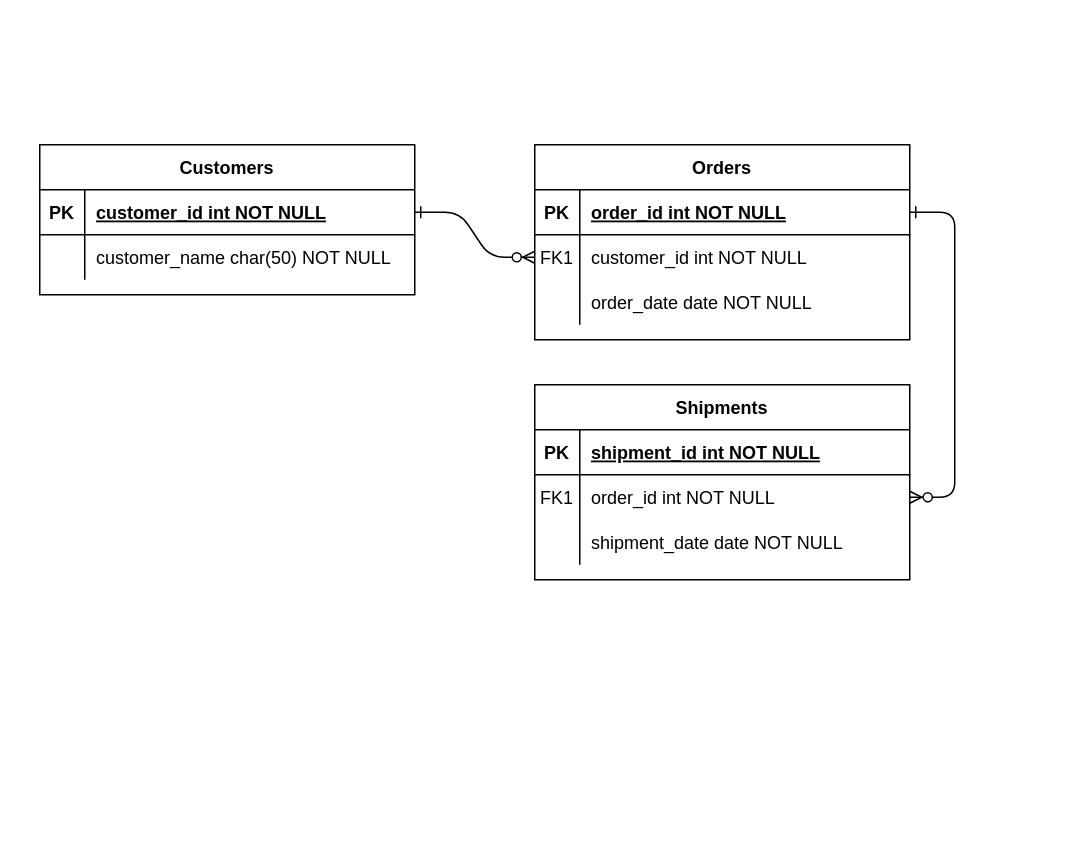
Before: Grocerystore_datamodel.drawio in HarshaVardhan547/instagram_datamodel, a draw.io diagram. Source tidied: cells renumbered, new cells numbered last; positions are measured from the earlier drawing's top-left corner, leaving out a move shared by most shapes. Both pictures are drawn from the tidied source at 150%, with x=0, y=0 at pixel (39, 144).
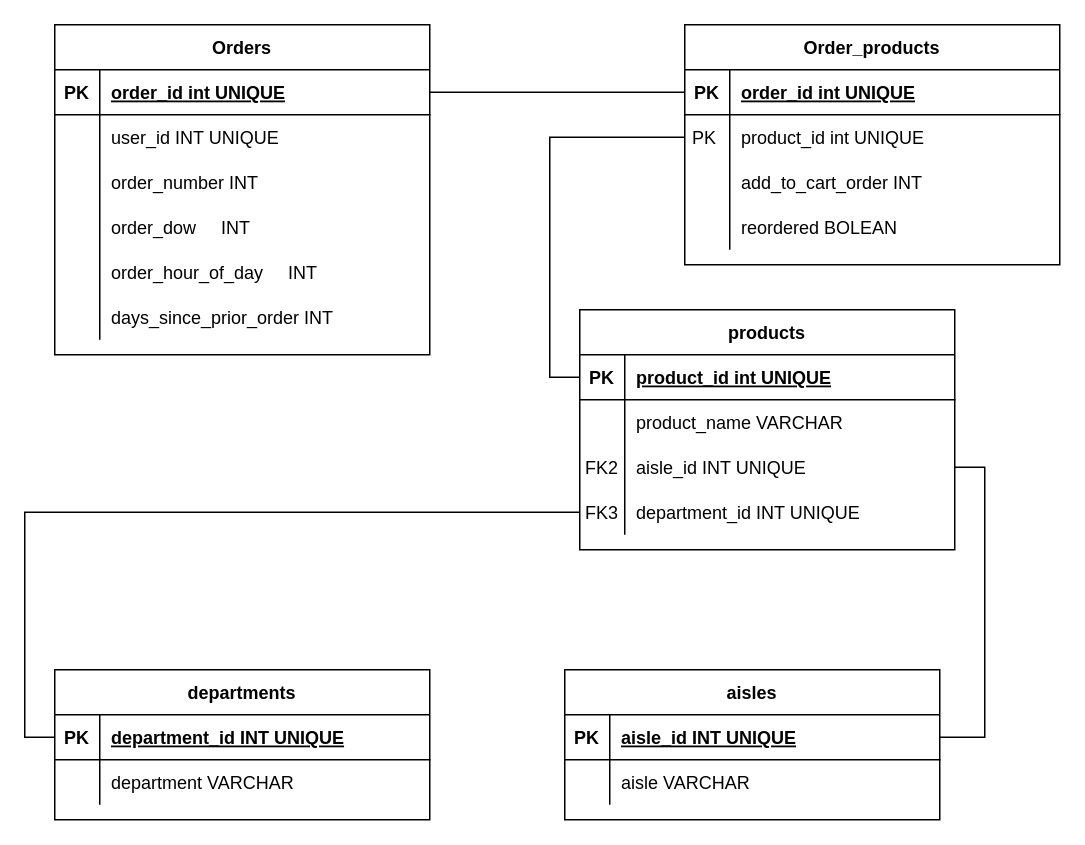
Above is the later version.

Unchanged cells that the change refers to:
```xml
<mxCell id="5" style="shape=partialRectangle;fillColor=none;points=[[0,0.5],[1,0.5]];portConstraint=eastwest;top=0;left=0;right=0;bottom=1;" parent="4" vertex="1">
  <mxGeometry y="30" width="250" height="30" as="geometry" />
</mxCell>
<mxCell id="8" style="shape=partialRectangle;fillColor=none;points=[[0,0.5],[1,0.5]];portConstraint=eastwest;top=0;left=0;right=0;bottom=0;" parent="4" vertex="1">
  <mxGeometry y="60" width="250" height="30" as="geometry" />
</mxCell>
<mxCell id="11" style="shape=partialRectangle;fillColor=none;top=0;left=0;right=0;bottom=0;" parent="4" vertex="1">
  <mxGeometry y="90" width="250" height="30" as="geometry" />
</mxCell>
<mxCell id="15" style="shape=partialRectangle;fillColor=none;points=[[0,0.5],[1,0.5]];portConstraint=eastwest;top=0;left=0;right=0;bottom=1;" parent="14" vertex="1">
  <mxGeometry y="30" width="250" height="30" as="geometry" />
</mxCell>
<mxCell id="18" style="shape=partialRectangle;fillColor=none;points=[[0,0.5],[1,0.5]];portConstraint=eastwest;top=0;left=0;right=0;bottom=0;" parent="14" vertex="1">
  <mxGeometry y="60" width="250" height="30" as="geometry" />
</mxCell>
<mxCell id="25" style="shape=partialRectangle;fillColor=none;points=[[0,0.5],[1,0.5]];portConstraint=eastwest;top=0;left=0;right=0;bottom=1;" parent="24" vertex="1">
  <mxGeometry y="30" width="250" height="30" as="geometry" />
</mxCell>
<mxCell id="28" style="shape=partialRectangle;fillColor=none;top=0;left=0;right=0;bottom=0;" parent="24" vertex="1">
  <mxGeometry y="60" width="250" height="30" as="geometry" />
</mxCell>
```

Change to the diagram source:
```diff
@@
-    <mxCell id="2" style="edgeStyle=entityRelationEdgeStyle;endArrow=ERzeroToMany;startArrow=ERone;endFill=1;startFill=0;" parent="1" edge="1" source="25" target="8">
-      <mxGeometry relative="1" as="geometry" />
-    </mxCell>
-    <mxCell id="3" style="edgeStyle=entityRelationEdgeStyle;endArrow=ERzeroToMany;startArrow=ERone;endFill=1;startFill=0;" parent="1" edge="1" source="5" target="18">
-      <mxGeometry relative="1" as="geometry" />
-    </mxCell>
     <mxCell id="4" value="Orders" style="shape=table;startSize=30;childLayout=tableLayout;rowLines=0;fontStyle=1;align=center;" parent="1" vertex="1">
-      <mxGeometry x="330" width="250" height="130" as="geometry" />
+      <mxGeometry x="10" y="-80" width="250" height="220" as="geometry" />
     </mxCell>
@@
-    <mxCell id="7" value="order_id int NOT NULL " style="shape=partialRectangle;overflow=hidden;fillColor=none;top=0;left=0;bottom=0;right=0;align=left;spacingLeft=6;fontStyle=5;" parent="5" vertex="1">
+    <mxCell id="7" value="order_id int UNIQUE" style="shape=partialRectangle;overflow=hidden;fillColor=none;top=0;left=0;bottom=0;right=0;align=left;spacingLeft=6;fontStyle=5;" parent="5" vertex="1">
       <mxGeometry x="30" width="220" height="30" as="geometry" />
     </mxCell>
@@
-    <mxCell id="9" value="FK1" style="shape=partialRectangle;overflow=hidden;fillColor=none;top=0;left=0;bottom=0;right=0;" parent="8" vertex="1">
+    <mxCell id="9" style="shape=partialRectangle;overflow=hidden;fillColor=none;top=0;left=0;bottom=0;right=0;" parent="8" vertex="1">
       <mxGeometry width="30" height="30" as="geometry" />
     </mxCell>
-    <mxCell id="10" value="customer_id int NOT NULL" style="shape=partialRectangle;overflow=hidden;fillColor=none;top=0;left=0;bottom=0;right=0;align=left;spacingLeft=6;" parent="8" vertex="1">
+    <mxCell id="10" value="user_id INT UNIQUE" style="shape=partialRectangle;overflow=hidden;fillColor=none;top=0;left=0;bottom=0;right=0;align=left;spacingLeft=6;" parent="8" vertex="1">
       <mxGeometry x="30" width="220" height="30" as="geometry" />
     </mxCell>
@@
-    <mxCell id="13" value="order_date date NOT NULL" style="shape=partialRectangle;overflow=hidden;fillColor=none;top=0;left=0;bottom=0;right=0;align=left;spacingLeft=6;" parent="11" vertex="1">
+    <mxCell id="13" value="order_number INT    " style="shape=partialRectangle;overflow=hidden;fillColor=none;top=0;left=0;bottom=0;right=0;align=left;spacingLeft=6;" parent="11" vertex="1">
       <mxGeometry x="30" width="220" height="30" as="geometry" />
     </mxCell>
+    <mxCell id="31" style="shape=partialRectangle;fillColor=none;top=0;left=0;right=0;bottom=0;" parent="4" vertex="1">
+      <mxGeometry y="120" width="250" height="30" as="geometry" />
+    </mxCell>
+    <mxCell id="32" style="shape=partialRectangle;overflow=hidden;fillColor=none;top=0;left=0;bottom=0;right=0;" parent="31" vertex="1">
+      <mxGeometry width="30" height="30" as="geometry" />
+    </mxCell>
+    <mxCell id="33" value="order_dow     INT" style="shape=partialRectangle;overflow=hidden;fillColor=none;top=0;left=0;bottom=0;right=0;align=left;spacingLeft=6;" parent="31" vertex="1">
+      <mxGeometry x="30" width="220" height="30" as="geometry" />
+    </mxCell>
+    <mxCell id="34" style="shape=partialRectangle;fillColor=none;top=0;left=0;right=0;bottom=0;" parent="4" vertex="1">
+      <mxGeometry y="150" width="250" height="30" as="geometry" />
+    </mxCell>
+    <mxCell id="35" style="shape=partialRectangle;overflow=hidden;fillColor=none;top=0;left=0;bottom=0;right=0;" parent="34" vertex="1">
+      <mxGeometry width="30" height="30" as="geometry" />
+    </mxCell>
+    <mxCell id="36" value="order_hour_of_day     INT" style="shape=partialRectangle;overflow=hidden;fillColor=none;top=0;left=0;bottom=0;right=0;align=left;spacingLeft=6;" parent="34" vertex="1">
+      <mxGeometry x="30" width="220" height="30" as="geometry" />
+    </mxCell>
+    <mxCell id="37" style="shape=partialRectangle;fillColor=none;top=0;left=0;right=0;bottom=0;" parent="4" vertex="1">
+      <mxGeometry y="180" width="250" height="30" as="geometry" />
+    </mxCell>
+    <mxCell id="38" style="shape=partialRectangle;overflow=hidden;fillColor=none;top=0;left=0;bottom=0;right=0;" parent="37" vertex="1">
+      <mxGeometry width="30" height="30" as="geometry" />
+    </mxCell>
+    <mxCell id="39" value="days_since_prior_order INT" style="shape=partialRectangle;overflow=hidden;fillColor=none;top=0;left=0;bottom=0;right=0;align=left;spacingLeft=6;" parent="37" vertex="1">
+      <mxGeometry x="30" width="220" height="30" as="geometry" />
+    </mxCell>
-    <mxCell id="14" value="Shipments" style="shape=table;startSize=30;childLayout=tableLayout;rowLines=0;fontStyle=1;align=center;" parent="1" vertex="1">
-      <mxGeometry x="330" y="160" width="250" height="130" as="geometry" />
+    <mxCell id="14" value="aisles" style="shape=table;startSize=30;childLayout=tableLayout;rowLines=0;fontStyle=1;align=center;" parent="1" vertex="1">
+      <mxGeometry x="350" y="350" width="250" height="100" as="geometry" />
     </mxCell>
@@
-    <mxCell id="17" value="shipment_id int NOT NULL " style="shape=partialRectangle;overflow=hidden;fillColor=none;top=0;left=0;bottom=0;right=0;align=left;spacingLeft=6;fontStyle=5;" parent="15" vertex="1">
+    <mxCell id="17" value="aisle_id INT UNIQUE" style="shape=partialRectangle;overflow=hidden;fillColor=none;top=0;left=0;bottom=0;right=0;align=left;spacingLeft=6;fontStyle=5;" parent="15" vertex="1">
       <mxGeometry x="30" width="220" height="30" as="geometry" />
     </mxCell>
@@
-    <mxCell id="19" value="FK1" style="shape=partialRectangle;overflow=hidden;fillColor=none;top=0;left=0;bottom=0;right=0;" parent="18" vertex="1">
+    <mxCell id="19" style="shape=partialRectangle;overflow=hidden;fillColor=none;top=0;left=0;bottom=0;right=0;" parent="18" vertex="1">
       <mxGeometry width="30" height="30" as="geometry" />
     </mxCell>
-    <mxCell id="20" value="order_id int NOT NULL" style="shape=partialRectangle;overflow=hidden;fillColor=none;top=0;left=0;bottom=0;right=0;align=left;spacingLeft=6;" parent="18" vertex="1">
+    <mxCell id="20" value="aisle VARCHAR" style="shape=partialRectangle;overflow=hidden;fillColor=none;top=0;left=0;bottom=0;right=0;align=left;spacingLeft=6;" parent="18" vertex="1">
       <mxGeometry x="30" width="220" height="30" as="geometry" />
     </mxCell>
-    <mxCell id="21" style="shape=partialRectangle;fillColor=none;top=0;left=0;right=0;bottom=0;" parent="14" vertex="1">
-      <mxGeometry y="90" width="250" height="30" as="geometry" />
-    </mxCell>
-    <mxCell id="22" style="shape=partialRectangle;overflow=hidden;fillColor=none;top=0;left=0;bottom=0;right=0;" parent="21" vertex="1">
-      <mxGeometry width="30" height="30" as="geometry" />
-    </mxCell>
-    <mxCell id="23" value="shipment_date date NOT NULL" style="shape=partialRectangle;overflow=hidden;fillColor=none;top=0;left=0;bottom=0;right=0;align=left;spacingLeft=6;" parent="21" vertex="1">
-      <mxGeometry x="30" width="220" height="30" as="geometry" />
-    </mxCell>
-    <mxCell id="24" value="Customers" style="shape=table;startSize=30;childLayout=tableLayout;rowLines=0;fontStyle=1;align=center;" parent="1" vertex="1">
-      <mxGeometry width="250" height="100" as="geometry" />
+    <mxCell id="24" value="departments" style="shape=table;startSize=30;childLayout=tableLayout;rowLines=0;fontStyle=1;align=center;" parent="1" vertex="1">
+      <mxGeometry x="10" y="350" width="250" height="100" as="geometry" />
     </mxCell>
@@
-    <mxCell id="27" value="customer_id int NOT NULL " style="shape=partialRectangle;overflow=hidden;fillColor=none;top=0;left=0;bottom=0;right=0;align=left;spacingLeft=6;fontStyle=5;" parent="25" vertex="1">
+    <mxCell id="27" value="department_id INT UNIQUE" style="shape=partialRectangle;overflow=hidden;fillColor=none;top=0;left=0;bottom=0;right=0;align=left;spacingLeft=6;fontStyle=5;" parent="25" vertex="1">
       <mxGeometry x="30" width="220" height="30" as="geometry" />
     </mxCell>
@@
-    <mxCell id="30" value="customer_name char(50) NOT NULL" style="shape=partialRectangle;overflow=hidden;fillColor=none;top=0;left=0;bottom=0;right=0;align=left;spacingLeft=6;" parent="28" vertex="1">
+    <mxCell id="30" value="department VARCHAR" style="shape=partialRectangle;overflow=hidden;fillColor=none;top=0;left=0;bottom=0;right=0;align=left;spacingLeft=6;" parent="28" vertex="1">
       <mxGeometry x="30" width="220" height="30" as="geometry" />
     </mxCell>
+    <mxCell id="40" value="products" style="shape=table;startSize=30;childLayout=tableLayout;rowLines=0;fontStyle=1;align=center;" parent="1" vertex="1">
+      <mxGeometry x="360" y="110" width="250" height="160" as="geometry" />
+    </mxCell>
+    <mxCell id="41" style="shape=partialRectangle;fillColor=none;points=[[0,0.5],[1,0.5]];portConstraint=eastwest;top=0;left=0;right=0;bottom=1;" parent="40" vertex="1">
+      <mxGeometry y="30" width="250" height="30" as="geometry" />
+    </mxCell>
+    <mxCell id="42" value="PK" style="shape=partialRectangle;overflow=hidden;fillColor=none;top=0;left=0;bottom=0;right=0;fontStyle=1;" parent="41" vertex="1">
+      <mxGeometry width="30" height="30" as="geometry" />
+    </mxCell>
+    <mxCell id="43" value="product_id int UNIQUE" style="shape=partialRectangle;overflow=hidden;fillColor=none;top=0;left=0;bottom=0;right=0;align=left;spacingLeft=6;fontStyle=5;" parent="41" vertex="1">
+      <mxGeometry x="30" width="220" height="30" as="geometry" />
+    </mxCell>
+    <mxCell id="44" style="shape=partialRectangle;fillColor=none;top=0;left=0;right=0;bottom=0;" parent="40" vertex="1">
+      <mxGeometry y="60" width="250" height="30" as="geometry" />
+    </mxCell>
+    <mxCell id="45" style="shape=partialRectangle;overflow=hidden;fillColor=none;top=0;left=0;bottom=0;right=0;" parent="44" vertex="1">
+      <mxGeometry width="30" height="30" as="geometry" />
+    </mxCell>
+    <mxCell id="46" value="product_name VARCHAR " style="shape=partialRectangle;overflow=hidden;fillColor=none;top=0;left=0;bottom=0;right=0;align=left;spacingLeft=6;" parent="44" vertex="1">
+      <mxGeometry x="30" width="220" height="30" as="geometry" />
+    </mxCell>
+    <mxCell id="47" style="shape=partialRectangle;fillColor=none;points=[[0,0.5],[1,0.5]];portConstraint=eastwest;top=0;left=0;right=0;bottom=0;" parent="40" vertex="1">
+      <mxGeometry y="90" width="250" height="30" as="geometry" />
+    </mxCell>
+    <mxCell id="48" value="FK2" style="shape=partialRectangle;overflow=hidden;fillColor=none;top=0;left=0;bottom=0;right=0;" parent="47" vertex="1">
+      <mxGeometry width="30" height="30" as="geometry" />
+    </mxCell>
+    <mxCell id="49" value="aisle_id INT UNIQUE" style="shape=partialRectangle;overflow=hidden;fillColor=none;top=0;left=0;bottom=0;right=0;align=left;spacingLeft=6;" parent="47" vertex="1">
+      <mxGeometry x="30" width="220" height="30" as="geometry" />
+    </mxCell>
+    <mxCell id="50" style="shape=partialRectangle;fillColor=none;points=[[0,0.5],[1,0.5]];portConstraint=eastwest;top=0;left=0;right=0;bottom=0;" parent="40" vertex="1">
+      <mxGeometry y="120" width="250" height="30" as="geometry" />
+    </mxCell>
+    <mxCell id="51" value="FK3" style="shape=partialRectangle;overflow=hidden;fillColor=none;top=0;left=0;bottom=0;right=0;" parent="50" vertex="1">
+      <mxGeometry width="30" height="30" as="geometry" />
+    </mxCell>
+    <mxCell id="52" value="department_id INT UNIQUE" style="shape=partialRectangle;overflow=hidden;fillColor=none;top=0;left=0;bottom=0;right=0;align=left;spacingLeft=6;" parent="50" vertex="1">
+      <mxGeometry x="30" width="220" height="30" as="geometry" />
+    </mxCell>
+    <mxCell id="53" value="Order_products" style="shape=table;startSize=30;childLayout=tableLayout;rowLines=0;fontStyle=1;align=center;" parent="1" vertex="1">
+      <mxGeometry x="430" y="-80" width="250" height="160" as="geometry" />
+    </mxCell>
+    <mxCell id="54" style="shape=partialRectangle;fillColor=none;points=[[0,0.5],[1,0.5]];portConstraint=eastwest;top=0;left=0;right=0;bottom=1;" parent="53" vertex="1">
+      <mxGeometry y="30" width="250" height="30" as="geometry" />
+    </mxCell>
+    <mxCell id="55" value="PK" style="shape=partialRectangle;overflow=hidden;fillColor=none;top=0;left=0;bottom=0;right=0;fontStyle=1;" parent="54" vertex="1">
+      <mxGeometry width="30" height="30" as="geometry" />
+    </mxCell>
+    <mxCell id="56" value="order_id int UNIQUE" style="shape=partialRectangle;overflow=hidden;fillColor=none;top=0;left=0;bottom=0;right=0;align=left;spacingLeft=6;fontStyle=5;" parent="54" vertex="1">
+      <mxGeometry x="30" width="220" height="30" as="geometry" />
+    </mxCell>
+    <mxCell id="57" style="shape=partialRectangle;fillColor=none;points=[[0,0.5],[1,0.5]];portConstraint=eastwest;top=0;left=0;right=0;bottom=0;" parent="53" vertex="1">
+      <mxGeometry y="60" width="250" height="30" as="geometry" />
+    </mxCell>
+    <mxCell id="58" value="PK " style="shape=partialRectangle;overflow=hidden;fillColor=none;top=0;left=0;bottom=0;right=0;" parent="57" vertex="1">
+      <mxGeometry width="30" height="30" as="geometry" />
+    </mxCell>
+    <mxCell id="59" value="product_id int UNIQUE" style="shape=partialRectangle;overflow=hidden;fillColor=none;top=0;left=0;bottom=0;right=0;align=left;spacingLeft=6;" parent="57" vertex="1">
+      <mxGeometry x="30" width="220" height="30" as="geometry" />
+    </mxCell>
+    <mxCell id="60" style="shape=partialRectangle;fillColor=none;top=0;left=0;right=0;bottom=0;" parent="53" vertex="1">
+      <mxGeometry y="90" width="250" height="30" as="geometry" />
+    </mxCell>
+    <mxCell id="61" style="shape=partialRectangle;overflow=hidden;fillColor=none;top=0;left=0;bottom=0;right=0;" parent="60" vertex="1">
+      <mxGeometry width="30" height="30" as="geometry" />
+    </mxCell>
+    <mxCell id="62" value="add_to_cart_order INT" style="shape=partialRectangle;overflow=hidden;fillColor=none;top=0;left=0;bottom=0;right=0;align=left;spacingLeft=6;" parent="60" vertex="1">
+      <mxGeometry x="30" width="220" height="30" as="geometry" />
+    </mxCell>
+    <mxCell id="63" style="shape=partialRectangle;fillColor=none;top=0;left=0;right=0;bottom=0;" parent="53" vertex="1">
+      <mxGeometry y="120" width="250" height="30" as="geometry" />
+    </mxCell>
+    <mxCell id="64" style="shape=partialRectangle;overflow=hidden;fillColor=none;top=0;left=0;bottom=0;right=0;" parent="63" vertex="1">
+      <mxGeometry width="30" height="30" as="geometry" />
+    </mxCell>
+    <mxCell id="65" value="reordered BOLEAN" style="shape=partialRectangle;overflow=hidden;fillColor=none;top=0;left=0;bottom=0;right=0;align=left;spacingLeft=6;" parent="63" vertex="1">
+      <mxGeometry x="30" width="220" height="30" as="geometry" />
+    </mxCell>
+    <mxCell id="66" style="edgeStyle=orthogonalEdgeStyle;rounded=0;jettySize=auto;html=1;exitX=0;exitY=0.5;exitDx=0;exitDy=0;entryX=0;entryY=0.5;entryDx=0;entryDy=0;endArrow=none;endFill=0;" parent="1" edge="1" source="25" target="50">
+      <mxGeometry relative="1" as="geometry" />
+    </mxCell>
+    <mxCell id="67" style="edgeStyle=orthogonalEdgeStyle;rounded=0;jettySize=auto;html=1;exitX=0;exitY=0.5;exitDx=0;exitDy=0;entryX=0;entryY=0.5;entryDx=0;entryDy=0;endArrow=none;endFill=0;" parent="1" edge="1" source="57" target="41">
+      <mxGeometry relative="1" as="geometry" />
+    </mxCell>
+    <mxCell id="68" style="edgeStyle=orthogonalEdgeStyle;rounded=0;jettySize=auto;html=1;exitX=0;exitY=0.5;exitDx=0;exitDy=0;entryX=1;entryY=0.5;entryDx=0;entryDy=0;startArrow=none;startFill=0;endArrow=none;endFill=0;" parent="1" edge="1" source="54" target="5">
+      <mxGeometry relative="1" as="geometry" />
+    </mxCell>
+    <mxCell id="69" style="edgeStyle=orthogonalEdgeStyle;rounded=0;jettySize=auto;html=1;exitX=1;exitY=0.5;exitDx=0;exitDy=0;entryX=1;entryY=0.5;entryDx=0;entryDy=0;endArrow=none;endFill=0;" parent="1" edge="1" source="15" target="47">
+      <mxGeometry relative="1" as="geometry" />
+    </mxCell>
```
